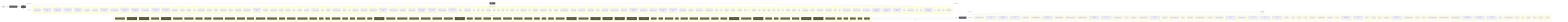
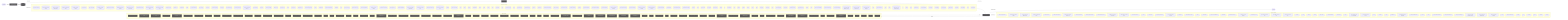
flowchart LR
  UserQ(["👤 User Query"])
  Embed["📐 Embedding Model"]
  VecDB[("📚 Vector Store")]
  Retriever["🔍 Retriever"]
  LLMNode["🧠 LLM / Generator"]
  Output(["✅ Response"])
  UserQ -->|query| Embed
  Embed -->|vector| VecDB
  VecDB -->|top-k chunks| Retriever
  Retriever -->|context + query| LLMNode
  LLMNode -->|generated answer| Output
  subgraph DetectedMemory["Detected memory stores"]
    det_detectedmemory_check_gitbook_readiness_33bdca76[("check-gitbook-readiness")]
    det_detectedmemory_check_steering_feedback_contract_80134459[("check-steering-feedback-contract")]
    det_detectedmemory_prompt_context_drift_validate_runner_c8ecc6f5[("prompt-context-drift-validate-runner")]
    det_detectedmemory_prompt_context_drift_write_runner_69e6a4fd[("prompt-context-drift-write-runner")]
    det_detectedmemory_normalize_workflow_contracts_8701f1c8[("normalize-workflow-contracts")]
    det_detectedmemory_run_harness_evals_77704768[("run-harness-evals")]
    det_detectedmemory_sync_codex_preflight_7e7a8dc2[("sync-codex-preflight")]
    det_detectedmemory_test_harness_upgrade_matrix_84113c4e[("test-harness-upgrade-matrix")]
    det_detectedmemory_validate_prompt_context_drift_8c949ef6[("validate-prompt-context-drift")]
    det_detectedmemory_validate_runtime_packet_schemas_bc3ba8ec[("validate-runtime-packet-schemas")]
    det_detectedmemory_validate_system_prompt_gap_adoption_62d8c955[("validate-system-prompt-gap-adoption")]
    det_detectedmemory_validate_workflow_contracts_33dc063c[("validate-workflow-contracts")]
    det_detectedmemory_write_agent_native_ratchet_report_67cdbeea[("write-agent-native-ratchet-report")]
    det_detectedmemory_write_prompt_context_drift_report_71a4e149[("write-prompt-context-drift-report")]
    det_detectedmemory_branch_protect_core_a8feb0fd[("branch-protect-core")]
    det_detectedmemory_ci_migrate_core_7005b5af[("ci-migrate-core")]
    det_detectedmemory_context_health_80bb7da9[("context-health")]
    det_detectedmemory_context_ea7792a2[("context")]
    det_detectedmemory_docs_gate_classification_2f51c90b[("docs-gate-classification")]
    det_detectedmemory_docs_gate_types_d285abb6[("docs-gate-types")]
    det_detectedmemory_index_context_de3ed39d[("index-context")]
    det_detectedmemory_local_memory_preflight_dcc36c42[("local-memory-preflight")]
    det_detectedmemory_memory_gate_a577a506[("memory-gate")]
    det_detectedmemory_next_orientation_meta_3a6af72b[("next-orientation-meta")]
    det_detectedmemory_next_prompt_context_drift_3c5a93d5[("next-prompt-context-drift")]
    det_detectedmemory_next_recommendation_decisions_03315dd4[("next-recommendation-decisions")]
    det_detectedmemory_next_runner_state_be6fe997[("next-runner-state")]
+     det_detectedmemory_next_runner_41643472[("next-runner")]
    det_detectedmemory_pattern_scope_siblings_43abe000[("pattern-scope-siblings")]
    det_detectedmemory_review_context_ca6cf81d[("review-context")]
    det_detectedmemory_review_gate_core_4c8001f9[("review-gate-core")]
    det_detectedmemory_search_24193290[("search")]
    det_detectedmemory_session_context_e5ec72c0[("session-context")]
    det_detectedmemory_tooling_audit_core_328d6a41[("tooling-audit-core")]
    det_detectedmemory_run_local_memory_preflight_36e92808[("run-local-memory-preflight")]
    det_detectedmemory_checker_d2d2328e[("checker")]
    det_detectedmemory_context_health_1_ceb11829[("context-health")]
    det_detectedmemory_prompt_context_drift_surface_c1e30b42[("prompt-context-drift-surface")]
    det_detectedmemory_test_fixtures_c2f936b0[("test-fixtures")]
    det_detectedmemory_types_2_d9bc6e7a[("types")]
    det_detectedmemory_branch_protect_sync_570adb18[("branch-protect-sync")]
    det_detectedmemory_builtin_command_specs_ac7d392e[("builtin-command-specs")]
    det_detectedmemory_command_capability_rules_ca3f496a[("command-capability-rules")]
    det_detectedmemory_command_expected_artifacts_6469c2fb[("command-expected-artifacts")]
    det_detectedmemory_command_invocation_effects_fbc96da5[("command-invocation-effects")]
    det_detectedmemory_command_specs_core_1c0ffc99[("command-specs-core")]
    det_detectedmemory_command_visibility_rules_83c6a86a[("command-visibility-rules")]
    det_detectedmemory_local_memory_preflight_command_spec_9e23f3ce[("local-memory-preflight-command-spec")]
    det_detectedmemory_memory_gate_command_spec_dc9001a9[("memory-gate-command-spec")]
    det_detectedmemory_review_gate_command_spec_3187376a[("review-gate-command-spec")]
    det_detectedmemory_session_context_command_spec_973afbb1[("session-context-command-spec")]
    det_detectedmemory_constants_7517017f[("constants")]
    det_detectedmemory_context_compact_policy_3dcaf95d[("context-compact-policy")]
    det_detectedmemory_index_3_7e40d474[("index")]
    det_detectedmemory_indexer_70fa78e5[("indexer")]
    det_detectedmemory_init_error_5c7dd49f[("init-error")]
    det_detectedmemory_lexical_fallback_723e2b3e[("lexical-fallback")]
    det_detectedmemory_ollama_76e3c7bf[("ollama")]
    det_detectedmemory_rollout_a4fa034c[("rollout")]
    det_detectedmemory_sources_878a52fc[("sources")]
    det_detectedmemory_store_824d80d7[("store")]
    det_detectedmemory_sync_contract_c79fa191[("sync-contract")]
    det_detectedmemory_types_8_f6283648[("types")]
    det_detectedmemory_harness_run_context_ac7c77a9[("harness-run-context")]
    det_detectedmemory_index_4_013aa0e3[("index")]
    det_detectedmemory_json_schema_core_96d7e328[("json-schema-core")]
    det_detectedmemory_policy_validators_core_714a3fe7[("policy-validators-core")]
    det_detectedmemory_types_core_e405ddca[("types-core")]
    det_detectedmemory_validator_core_4358f8ba[("validator-core")]
    det_detectedmemory_archive_candidates_scanner_d0931789[("archive-candidates-scanner")]
    det_detectedmemory_archive_candidates_dc0e40e1[("archive-candidates")]
    det_detectedmemory_docs_task_eval_contract_79347457[("docs-task-eval-contract")]
    det_detectedmemory_docs_task_eval_fixtures_44902755[("docs-task-eval-fixtures")]
    det_detectedmemory_init_modes_c05ceb07[("init-modes")]
    det_detectedmemory_project_brain_templates_7ef51530[("project-brain-templates")]
    det_detectedmemory_scaffold_diagram_templates_dd88e83c[("scaffold-diagram-templates")]
    det_detectedmemory_scaffold_doc_templates_f6152330[("scaffold-doc-templates")]
    det_detectedmemory_scaffold_environment_templates_c1ceba6a[("scaffold-environment-templates")]
    det_detectedmemory_scaffold_gitbook_templates_76afd03a[("scaffold-gitbook-templates")]
    det_detectedmemory_scaffold_hook_templates_8c74ab50[("scaffold-hook-templates")]
    det_detectedmemory_scaffold_root_command_templates_404fed7f[("scaffold-root-command-templates")]
    det_detectedmemory_scaffold_script_template_registry_69312d4e[("scaffold-script-template-registry")]
    det_detectedmemory_scaffold_shell_templates_0ad0f915[("scaffold-shell-templates")]
    det_detectedmemory_scaffold_surfaces_12d6494e[("scaffold-surfaces")]
    det_detectedmemory_scaffold_template_registry_b1cce2aa[("scaffold-template-registry")]
    det_detectedmemory_scaffold_workflow_template_92310587[("scaffold-workflow-template")]
    det_detectedmemory_eval_seed_5699fd3e[("eval-seed")]
    det_detectedmemory_index_10_f6785a46[("index")]
    det_detectedmemory_review_context_1_e3afed15[("review-context")]
    det_detectedmemory_memory_gate_1_265164ac[("memory-gate")]
    det_detectedmemory_branch_enforcer_acb749cd[("branch-enforcer")]
    det_detectedmemory_cli_args_5_09ea29f0[("cli-args")]
    det_detectedmemory_cli_7_dc4a9f7f[("cli")]
    det_detectedmemory_metrics_tracker_98cec29c[("metrics-tracker")]
    det_detectedmemory_types_20_071a0112[("types")]
    det_detectedmemory_validator_5_b19ac2be[("validator")]
    det_detectedmemory_classifier_fe1991a9[("classifier")]
    det_detectedmemory_collector_0736fd5b[("collector")]
    det_detectedmemory_context_1_2c2d8aa6[("context")]
    det_detectedmemory_types_22_f3cf4a73[("types")]
    det_detectedmemory_tooling_paths_560ac80d[("tooling-paths")]
    det_detectedmemory_claim_helpers_20dc8387[("claim-helpers")]
    det_detectedmemory_types_26_a5814179[("types")]
    det_detectedmemory_local_memory_smoke_1175abfc[("local-memory-smoke")]
    det_detectedmemory_local_memory_0db17ecc[("local-memory")]
    det_detectedmemory_performance_overload_c685bfcf[("performance-overload")]
    det_detectedmemory_suggestion_generator_0956f794[("suggestion-generator")]
    det_detectedmemory_git_head_7346fd6a[("git-head")]
    det_detectedmemory_index_12_762ec91b[("index")]
    det_detectedmemory_prompt_context_drift_builder_a451c7dd[("prompt-context-drift-builder")]
    det_detectedmemory_prompt_context_drift_report_3257a95c[("prompt-context-drift-report")]
    det_detectedmemory_prompt_context_drift_types_ba6863d4[("prompt-context-drift-types")]
    det_detectedmemory_prompt_context_drift_validation_evidence_21f0336f[("prompt-context-drift-validation-evidence")]
    det_detectedmemory_prompt_context_drift_validation_utils_2285f4ac[("prompt-context-drift-validation-utils")]
    det_detectedmemory_prompt_context_drift_validation_8fc01719[("prompt-context-drift-validation")]
    det_detectedmemory_index_13_97df39c8[("index")]
    det_detectedmemory_prompt_context_receipt_17b862b2[("prompt-context-receipt")]
    det_detectedmemory_types_33_16e22a82[("types")]
    det_detectedmemory_policy_1_fc4198db[("policy")]
    det_detectedmemory_runtime_card_codex_runtime_validation_d8ce9934[("runtime-card-codex-runtime-validation")]
    det_detectedmemory_cli_13_ae2ba749[("cli")]
    det_detectedmemory_collector_1_bc604d2a[("collector")]
    det_detectedmemory_types_36_674380ec[("types")]
+     det_detectedmemory_context_contract_aaa6fb53[("context-contract")]
+     det_detectedmemory_context_observations_3c057ab7[("context-observations")]
+     det_detectedmemory_context_plane_eb195522[("context-plane")]
+     det_detectedmemory_context_privacy_d82295ee[("context-privacy")]
+     det_detectedmemory_context_projection_e9599558[("context-projection")]
+     det_detectedmemory_context_provider_51137c0d[("context-provider")]
+     det_detectedmemory_context_task_1d1d0361[("context-task")]
+     det_detectedmemory_state_validation_8c9cb007[("state-validation")]
+     det_detectedmemory_state_4ba69735[("state")]
    det_detectedmemory_overload_guard_2748c559[("overload-guard")]
  end
  VecDB -. "implemented by" .-> DetectedMemory
  subgraph DetectedLLM["Detected LLM clients"]
    det_detectedllm_check_codex_agent_roles_5bb2e89b["check-codex-agent-roles"]
    det_detectedllm_check_steering_feedback_contract_80134459["check-steering-feedback-contract"]
    det_detectedllm_prompt_context_drift_validate_runner_c8ecc6f5["prompt-context-drift-validate-runner"]
    det_detectedllm_prompt_context_drift_write_runner_69e6a4fd["prompt-context-drift-write-runner"]
    det_detectedllm_run_harness_evals_77704768["run-harness-evals"]
    det_detectedllm_validate_decision_request_2e5c325e["validate-decision-request"]
    det_detectedllm_validate_goal_completion_audit_receipt_100d252c["validate-goal-completion-audit-receipt"]
    det_detectedllm_validate_packaged_skill_5e32c890["validate-packaged-skill"]
    det_detectedllm_validate_prompt_context_drift_8c949ef6["validate-prompt-context-drift"]
    det_detectedllm_validate_reviewer_coverage_251efee3["validate-reviewer-coverage"]
    det_detectedllm_validate_system_prompt_gap_adoption_62d8c955["validate-system-prompt-gap-adoption"]
    det_detectedllm_write_prompt_context_drift_report_71a4e149["write-prompt-context-drift-report"]
    det_detectedllm_check_environment_core_2c16213f["check-environment-core"]
    det_detectedllm_context_ea7792a2["context"]
    det_detectedllm_index_context_de3ed39d["index-context"]
    det_detectedllm_next_prompt_context_drift_3c5a93d5["next-prompt-context-drift"]
    det_detectedllm_next_recommendation_decisions_03315dd4["next-recommendation-decisions"]
    det_detectedllm_prompt_gate_c5e9d207["prompt-gate"]
    det_detectedllm_remediate_runner_helpers_929fedcc["remediate-runner-helpers"]
    det_detectedllm_search_24193290["search"]
    det_detectedllm_context_health_1_ceb11829["context-health"]
    det_detectedllm_prompt_context_drift_surface_c1e30b42["prompt-context-drift-surface"]
    det_detectedllm_test_fixtures_c2f936b0["test-fixtures"]
    det_detectedllm_builtin_command_specs_ac7d392e["builtin-command-specs"]
    det_detectedllm_command_expected_artifacts_6469c2fb["command-expected-artifacts"]
    det_detectedllm_command_specs_core_1c0ffc99["command-specs-core"]
    det_detectedllm_pilot_evaluate_command_spec_1084ea72["pilot-evaluate-command-spec"]
    det_detectedllm_pilot_rollback_command_spec_4fe69f7d["pilot-rollback-command-spec"]
    det_detectedllm_prompt_gate_command_spec_9a941482["prompt-gate-command-spec"]
    det_detectedllm_constants_7517017f["constants"]
    det_detectedllm_index_3_7e40d474["index"]
    det_detectedllm_indexer_70fa78e5["indexer"]
    det_detectedllm_ollama_76e3c7bf["ollama"]
    det_detectedllm_sync_contract_c79fa191["sync-contract"]
    det_detectedllm_north_star_validators_cfc926ce["north-star-validators"]
    det_detectedllm_hilt_boundary_9b36fb15["hilt-boundary"]
    det_detectedllm_types_10_75e5a4a0["types"]
    det_detectedllm_goal_completion_audit_receipt_validation_9d0f4891["goal-completion-audit-receipt-validation"]
    det_detectedllm_goal_completion_audit_receipt_5e4939c3["goal-completion-audit-receipt"]
    det_detectedllm_index_5_522f772a["index"]
    det_detectedllm_constants_1_a84e15f0["constants"]
    det_detectedllm_types_18_37582e2a["types"]
    det_detectedllm_sensitive_text_7c11f760["sensitive-text"]
    det_detectedllm_pr_template_linked_issue_relationship_a7b61f2c["pr-template-linked-issue-relationship"]
    det_detectedllm_pr_template_validator_rules_20a32d6b["pr-template-validator-rules"]
    det_detectedllm_git_head_7346fd6a["git-head"]
    det_detectedllm_index_12_762ec91b["index"]
    det_detectedllm_prompt_context_drift_builder_a451c7dd["prompt-context-drift-builder"]
    det_detectedllm_prompt_context_drift_report_3257a95c["prompt-context-drift-report"]
    det_detectedllm_prompt_context_drift_types_ba6863d4["prompt-context-drift-types"]
    det_detectedllm_prompt_context_drift_validation_evidence_21f0336f["prompt-context-drift-validation-evidence"]
    det_detectedllm_prompt_context_drift_validation_utils_2285f4ac["prompt-context-drift-validation-utils"]
    det_detectedllm_prompt_context_drift_validation_8fc01719["prompt-context-drift-validation"]
    det_detectedllm_index_13_97df39c8["index"]
    det_detectedllm_prompt_context_receipt_17b862b2["prompt-context-receipt"]
    det_detectedllm_cli_args_9_9c136878["cli-args"]
    det_detectedllm_cli_12_01c06c37["cli"]
    det_detectedllm_sections_4697ef32["sections"]
    det_detectedllm_types_29_929d5a70["types"]
    det_detectedllm_validator_7_f836eb0e["validator"]
    det_detectedllm_cli_args_10_861cdd3f["cli-args"]
  end
  LLMNode -. "implemented by" .-> DetectedLLM
  subgraph DetectedTools["Agentic tool calls"]
    det_detectedtools_check_codex_agent_roles_5bb2e89b["🔧 check-codex-agent-roles"]
    det_detectedtools_check_steering_feedback_contract_80134459["🔧 check-steering-feedback-contract"]
    det_detectedtools_check_tooling_baseline_parity_3124b30a["🔧 check-tooling-baseline-parity"]
    det_detectedtools_run_harness_evals_77704768["🔧 run-harness-evals"]
    det_detectedtools_validate_action_review_receipt_fa2f06c3["🔧 validate-action-review-receipt"]
    det_detectedtools_validate_packaged_skill_5e32c890["🔧 validate-packaged-skill"]
    det_detectedtools_validate_replay_packet_f309747e["🔧 validate-replay-packet"]
    det_detectedtools_ci_migrate_core_7005b5af["🔧 ci-migrate-core"]
    det_detectedtools_doctor_checks_5a2eb2b9["🔧 doctor-checks"]
    det_detectedtools_doctor_github_tool_check_e0a938df["🔧 doctor-github-tool-check"]
    det_detectedtools_doctor_github_tool_checks_a53b0382["🔧 doctor-github-tool-checks"]
    det_detectedtools_doctor_tool_checks_4acac51a["🔧 doctor-tool-checks"]
    det_detectedtools_fleet_plan_repo_ecdc6499["🔧 fleet-plan-repo"]
    det_detectedtools_next_blocked_decisions_4140ad2b["🔧 next-blocked-decisions"]
    det_detectedtools_next_pr_closeout_contract_af31d30a["🔧 next-pr-closeout-contract"]
    det_detectedtools_policy_gate_213f7313["🔧 policy-gate"]
    det_detectedtools_remediate_cli_output_cc165396["🔧 remediate-cli-output"]
    det_detectedtools_remediate_runner_helpers_929fedcc["🔧 remediate-runner-helpers"]
    det_detectedtools_review_gate_core_4c8001f9["🔧 review-gate-core"]
    det_detectedtools_index_1bc04b52["🔧 index"]
    det_detectedtools_types_1_4ecdf56e["🔧 types"]
    det_detectedtools_validation_constants_e002a0f6["🔧 validation-constants"]
    det_detectedtools_validation_98c41dcd["🔧 validation"]
    det_detectedtools_checker_d2d2328e["🔧 checker"]
    det_detectedtools_shared_state_policy_edc9c4db["🔧 shared-state-policy"]
    det_detectedtools_cli_args_1_6144b055["🔧 cli-args"]
    det_detectedtools_command_agent_native_capability_rules_b491ef6c["🔧 command-agent-native-capability-rules"]
    det_detectedtools_command_capabilities_a4d5c71e["🔧 command-capabilities"]
    det_detectedtools_command_capability_rules_ca3f496a["🔧 command-capability-rules"]
    det_detectedtools_command_visibility_rules_83c6a86a["🔧 command-visibility-rules"]
    det_detectedtools_linear_command_actions_e430f4f4["🔧 linear-command-actions"]
    det_detectedtools_linear_command_runner_4a740dfc["🔧 linear-command-runner"]
    det_detectedtools_policy_validators_core_714a3fe7["🔧 policy-validators-core"]
    det_detectedtools_shared_state_action_validator_e7b128cd["🔧 shared-state-action-validator"]
    det_detectedtools_types_core_e405ddca["🔧 types-core"]
    det_detectedtools_validator_core_4358f8ba["🔧 validator-core"]
    det_detectedtools_validator_helpers_7b927667["🔧 validator-helpers"]
    det_detectedtools_he_phase_exit_core_1148895b["🔧 he-phase-exit-core"]
    det_detectedtools_environment_runtime_3206f0a8["🔧 environment-runtime"]
    det_detectedtools_observed_skill_usage_ed7d5930["🔧 observed-skill-usage"]
    det_detectedtools_closure_evidence_aaa31467["🔧 closure-evidence"]
    det_detectedtools_pr_creator_dc6b1ea4["🔧 pr-creator"]
    det_detectedtools_client_948fe603["🔧 client"]
    det_detectedtools_init_output_360dce91["🔧 init-output"]
    det_detectedtools_scaffold_ci_templates_2afd6392["🔧 scaffold-ci-templates"]
    det_detectedtools_scaffold_codex_environment_templates_334fbbed["🔧 scaffold-codex-environment-templates"]
    det_detectedtools_scaffold_config_templates_4b80ce53["🔧 scaffold-config-templates"]
    det_detectedtools_scaffold_environment_templates_c1ceba6a["🔧 scaffold-environment-templates"]
    det_detectedtools_scaffold_github_actions_pr_pipeline_renderer_1ee18de5["🔧 scaffold-github-actions-pr-pipeline-renderer"]
    det_detectedtools_scaffold_github_actions_pr_pipeline_template_e2b85f62["🔧 scaffold-github-actions-pr-pipeline-template"]
    det_detectedtools_scaffold_package_command_template_80e32e83["🔧 scaffold-package-command-template"]
    det_detectedtools_scaffold_release_private_npm_template_075499f8["🔧 scaffold-release-private-npm-template"]
    det_detectedtools_constants_1_a84e15f0["🔧 constants"]
    det_detectedtools_index_9_32dd4d91["🔧 index"]
    det_detectedtools_validation_common_6161e48b["🔧 validation-common"]
    det_detectedtools_cli_7_dc4a9f7f["🔧 cli"]
    det_detectedtools_metrics_tracker_98cec29c["🔧 metrics-tracker"]
    det_detectedtools_normalise_renderer_85f2e563["🔧 normalise-renderer"]
    det_detectedtools_evaluation_engine_core_e054fe49["🔧 evaluation-engine-core"]
    det_detectedtools_tooling_baseline_50ab2eeb["🔧 tooling-baseline"]
    det_detectedtools_tooling_paths_560ac80d["🔧 tooling-paths"]
    det_detectedtools_prompt_context_drift_report_3257a95c["🔧 prompt-context-drift-report"]
    det_detectedtools_prompt_context_drift_types_ba6863d4["🔧 prompt-context-drift-types"]
    det_detectedtools_prompt_context_drift_validation_utils_2285f4ac["🔧 prompt-context-drift-validation-utils"]
    det_detectedtools_replay_packet_a1293f88["🔧 replay-packet"]
    det_detectedtools_index_14_d982116c["🔧 index"]
    det_detectedtools_review_lifecycle_contract_e5447221["🔧 review-lifecycle-contract"]
    det_detectedtools_review_lifecycle_89afa64c["🔧 review-lifecycle"]
    det_detectedtools_runtime_card_codex_runtime_validation_d8ce9934["🔧 runtime-card-codex-runtime-validation"]
    det_detectedtools_runtime_card_codex_runtime_0655e230["🔧 runtime-card-codex-runtime"]
    det_detectedtools_runtime_evidence_bundle_d471a232["🔧 runtime-evidence-bundle"]
    det_detectedtools_types_38_e8efcd57["🔧 types"]
+     det_detectedtools_transition_contract_0732d034["🔧 transition-contract"]
+     det_detectedtools_transition_recovery_validation_e06db55b["🔧 transition-recovery-validation"]
+     det_detectedtools_transition_70dd37c1["🔧 transition"]
    det_detectedtools_index_17_642943a2["🔧 index"]
    det_detectedtools_projection_1b250ea1["🔧 projection"]
    det_detectedtools_types_40_c7e41f89["🔧 types"]
    det_detectedtools_validation_8_b9fa10af["🔧 validation"]
  end
  LLMNode -->|tool use| DetectedTools
  DetectedTools -->|result| LLMNode
  classDef memNode fill:#555,color:#fff
  class VecDB,Retriever memNode
  classDef llmNode fill:#555,color:#fff
  class LLMNode,Embed llmNode
  classDef toolNode fill:#555,color:#fff
-   class det_detectedtools_check_codex_agent_roles_5bb2e89b,det_detectedtools_check_steering_feedback_contract_80134459,det_detectedtools_check_tooling_baseline_parity_3124b30a,det_detectedtools_run_harness_evals_77704768,det_detectedtools_validate_action_review_receipt_fa2f06c3,det_detectedtools_validate_packaged_skill_5e32c890,det_detectedtools_validate_replay_packet_f309747e,det_detectedtools_ci_migrate_core_7005b5af,det_detectedtools_doctor_checks_5a2eb2b9,det_detectedtools_doctor_github_tool_check_e0a938df,det_detectedtools_doctor_github_tool_checks_a53b0382,det_detectedtools_doctor_tool_checks_4acac51a,det_detectedtools_fleet_plan_repo_ecdc6499,det_detectedtools_next_blocked_decisions_4140ad2b,det_detectedtools_next_pr_closeout_contract_af31d30a,det_detectedtools_policy_gate_213f7313,det_detectedtools_remediate_cli_output_cc165396,det_detectedtools_remediate_runner_helpers_929fedcc,det_detectedtools_review_gate_core_4c8001f9,det_detectedtools_index_1bc04b52,det_detectedtools_types_1_4ecdf56e,det_detectedtools_validation_constants_e002a0f6,det_detectedtools_validation_98c41dcd,det_detectedtools_checker_d2d2328e,det_detectedtools_shared_state_policy_edc9c4db,det_detectedtools_cli_args_1_6144b055,det_detectedtools_command_agent_native_capability_rules_b491ef6c,det_detectedtools_command_capabilities_a4d5c71e,det_detectedtools_command_capability_rules_ca3f496a,det_detectedtools_command_visibility_rules_83c6a86a,det_detectedtools_linear_command_actions_e430f4f4,det_detectedtools_linear_command_runner_4a740dfc,det_detectedtools_policy_validators_core_714a3fe7,det_detectedtools_shared_state_action_validator_e7b128cd,det_detectedtools_types_core_e405ddca,det_detectedtools_validator_core_4358f8ba,det_detectedtools_validator_helpers_7b927667,det_detectedtools_he_phase_exit_core_1148895b,det_detectedtools_environment_runtime_3206f0a8,det_detectedtools_observed_skill_usage_ed7d5930,det_detectedtools_closure_evidence_aaa31467,det_detectedtools_pr_creator_dc6b1ea4,det_detectedtools_client_948fe603,det_detectedtools_init_output_360dce91,det_detectedtools_scaffold_ci_templates_2afd6392,det_detectedtools_scaffold_codex_environment_templates_334fbbed,det_detectedtools_scaffold_config_templates_4b80ce53,det_detectedtools_scaffold_environment_templates_c1ceba6a,det_detectedtools_scaffold_github_actions_pr_pipeline_renderer_1ee18de5,det_detectedtools_scaffold_github_actions_pr_pipeline_template_e2b85f62,det_detectedtools_scaffold_package_command_template_80e32e83,det_detectedtools_scaffold_release_private_npm_template_075499f8,det_detectedtools_constants_1_a84e15f0,det_detectedtools_index_9_32dd4d91,det_detectedtools_validation_common_6161e48b,det_detectedtools_cli_7_dc4a9f7f,det_detectedtools_metrics_tracker_98cec29c,det_detectedtools_normalise_renderer_85f2e563,det_detectedtools_evaluation_engine_core_e054fe49,det_detectedtools_tooling_baseline_50ab2eeb,det_detectedtools_tooling_paths_560ac80d,det_detectedtools_prompt_context_drift_report_3257a95c,det_detectedtools_prompt_context_drift_types_ba6863d4,det_detectedtools_prompt_context_drift_validation_utils_2285f4ac,det_detectedtools_replay_packet_a1293f88,det_detectedtools_index_14_d982116c,det_detectedtools_review_lifecycle_contract_e5447221,det_detectedtools_review_lifecycle_89afa64c,det_detectedtools_runtime_card_codex_runtime_validation_d8ce9934,det_detectedtools_runtime_card_codex_runtime_0655e230,det_detectedtools_runtime_evidence_bundle_d471a232,det_detectedtools_types_38_e8efcd57,det_detectedtools_index_17_642943a2,det_detectedtools_projection_1b250ea1,det_detectedtools_types_40_c7e41f89,det_detectedtools_validation_8_b9fa10af toolNode
+   class det_detectedtools_check_codex_agent_roles_5bb2e89b,det_detectedtools_check_steering_feedback_contract_80134459,det_detectedtools_check_tooling_baseline_parity_3124b30a,det_detectedtools_run_harness_evals_77704768,det_detectedtools_validate_action_review_receipt_fa2f06c3,det_detectedtools_validate_packaged_skill_5e32c890,det_detectedtools_validate_replay_packet_f309747e,det_detectedtools_ci_migrate_core_7005b5af,det_detectedtools_doctor_checks_5a2eb2b9,det_detectedtools_doctor_github_tool_check_e0a938df,det_detectedtools_doctor_github_tool_checks_a53b0382,det_detectedtools_doctor_tool_checks_4acac51a,det_detectedtools_fleet_plan_repo_ecdc6499,det_detectedtools_next_blocked_decisions_4140ad2b,det_detectedtools_next_pr_closeout_contract_af31d30a,det_detectedtools_policy_gate_213f7313,det_detectedtools_remediate_cli_output_cc165396,det_detectedtools_remediate_runner_helpers_929fedcc,det_detectedtools_review_gate_core_4c8001f9,det_detectedtools_index_1bc04b52,det_detectedtools_types_1_4ecdf56e,det_detectedtools_validation_constants_e002a0f6,det_detectedtools_validation_98c41dcd,det_detectedtools_checker_d2d2328e,det_detectedtools_shared_state_policy_edc9c4db,det_detectedtools_cli_args_1_6144b055,det_detectedtools_command_agent_native_capability_rules_b491ef6c,det_detectedtools_command_capabilities_a4d5c71e,det_detectedtools_command_capability_rules_ca3f496a,det_detectedtools_command_visibility_rules_83c6a86a,det_detectedtools_linear_command_actions_e430f4f4,det_detectedtools_linear_command_runner_4a740dfc,det_detectedtools_policy_validators_core_714a3fe7,det_detectedtools_shared_state_action_validator_e7b128cd,det_detectedtools_types_core_e405ddca,det_detectedtools_validator_core_4358f8ba,det_detectedtools_validator_helpers_7b927667,det_detectedtools_he_phase_exit_core_1148895b,det_detectedtools_environment_runtime_3206f0a8,det_detectedtools_observed_skill_usage_ed7d5930,det_detectedtools_closure_evidence_aaa31467,det_detectedtools_pr_creator_dc6b1ea4,det_detectedtools_client_948fe603,det_detectedtools_init_output_360dce91,det_detectedtools_scaffold_ci_templates_2afd6392,det_detectedtools_scaffold_codex_environment_templates_334fbbed,det_detectedtools_scaffold_config_templates_4b80ce53,det_detectedtools_scaffold_environment_templates_c1ceba6a,det_detectedtools_scaffold_github_actions_pr_pipeline_renderer_1ee18de5,det_detectedtools_scaffold_github_actions_pr_pipeline_template_e2b85f62,det_detectedtools_scaffold_package_command_template_80e32e83,det_detectedtools_scaffold_release_private_npm_template_075499f8,det_detectedtools_constants_1_a84e15f0,det_detectedtools_index_9_32dd4d91,det_detectedtools_validation_common_6161e48b,det_detectedtools_cli_7_dc4a9f7f,det_detectedtools_metrics_tracker_98cec29c,det_detectedtools_normalise_renderer_85f2e563,det_detectedtools_evaluation_engine_core_e054fe49,det_detectedtools_tooling_baseline_50ab2eeb,det_detectedtools_tooling_paths_560ac80d,det_detectedtools_prompt_context_drift_report_3257a95c,det_detectedtools_prompt_context_drift_types_ba6863d4,det_detectedtools_prompt_context_drift_validation_utils_2285f4ac,det_detectedtools_replay_packet_a1293f88,det_detectedtools_index_14_d982116c,det_detectedtools_review_lifecycle_contract_e5447221,det_detectedtools_review_lifecycle_89afa64c,det_detectedtools_runtime_card_codex_runtime_validation_d8ce9934,det_detectedtools_runtime_card_codex_runtime_0655e230,det_detectedtools_runtime_evidence_bundle_d471a232,det_detectedtools_types_38_e8efcd57,det_detectedtools_transition_contract_0732d034,det_detectedtools_transition_recovery_validation_e06db55b,det_detectedtools_transition_70dd37c1,det_detectedtools_index_17_642943a2,det_detectedtools_projection_1b250ea1,det_detectedtools_types_40_c7e41f89,det_detectedtools_validation_8_b9fa10af toolNode
